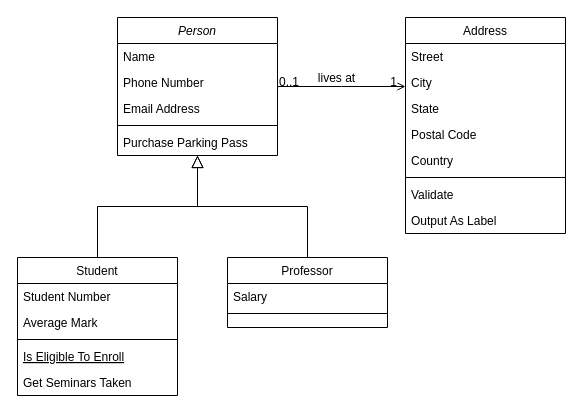
The draw.io diagram BlogMdImg/未命名绘图.drawio in zhang-lulin/cdn_repo, before the edit. Source tidied: cells renumbered, new cells numbered last; positions are measured from the earlier drawing's top-left corner, leaving out a move shared by most shapes. Both pictures are drawn from the tidied source at 100%, with x=0, y=0 at pixel (17, 17).
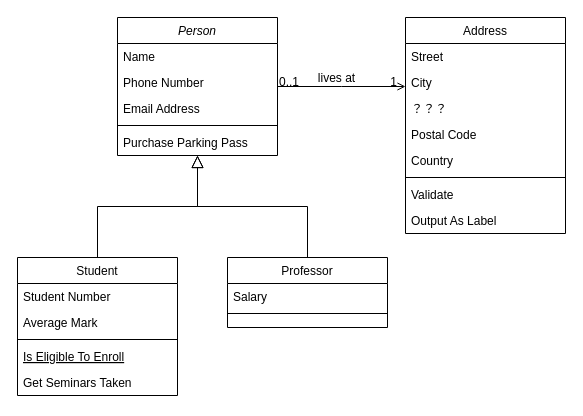
After the change.

Commit message:
更新未命名绘图.drawio

The change refers to these unchanged cells:
```xml
<mxCell id="19" value="Address" style="swimlane;fontStyle=0;align=center;verticalAlign=top;horizontal=1;startSize=26;rounded=0;shadow=0;strokeWidth=1;" parent="1" vertex="1">
  <mxGeometry x="388" width="160" height="216" as="geometry" />
</mxCell>
```

What changed in the source:
```diff
@@
-    <mxCell id="22" value="State" style="text;align=left;verticalAlign=top;spacingLeft=4;spacingRight=4;overflow=hidden;rounded=0;shadow=0;html=0;" parent="19" vertex="1">
+    <mxCell id="22" value="？？？" style="text;align=left;verticalAlign=top;spacingLeft=4;spacingRight=4;overflow=hidden;rounded=0;shadow=0;html=0;" parent="19" vertex="1">
       <mxGeometry y="78" width="160" height="26" as="geometry" />
     </mxCell>
```
